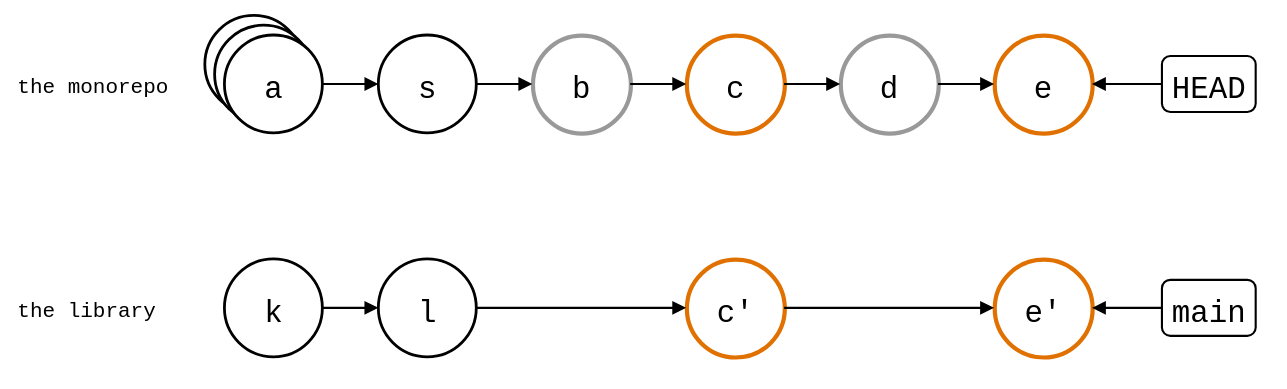
The draw.io diagram test/comparisons/git-subtree-splice.drawio.svg in roschaefer/git-splice, before a commit. Source tidied: cells renumbered, new cells last; positions are measured from the earlier drawing's top-left corner, leaving out a move shared by most shapes.
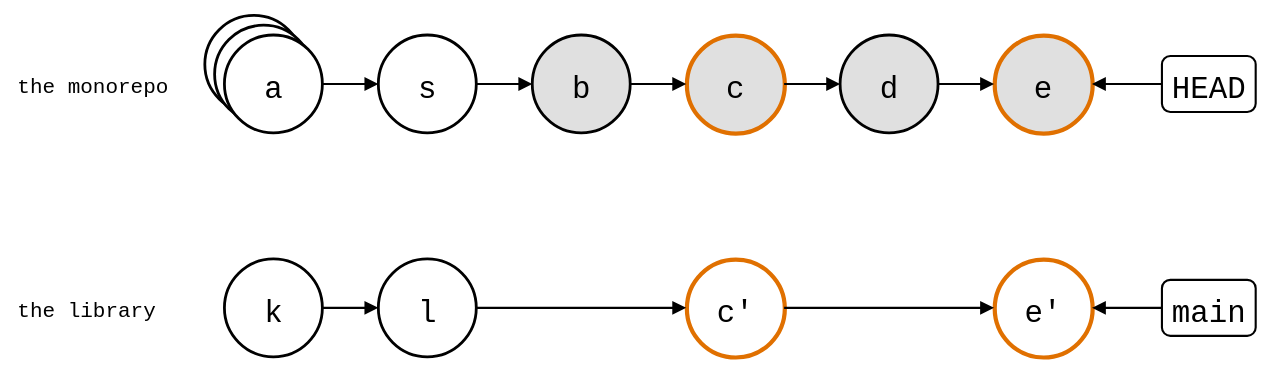
The same file after the commit.

What changed in the source:
```diff
@@ -20,16 +20,16 @@
     <mxCell id="7" value="s" style="ellipse;strokeWidth=2;fontSize=22;fontFamily=Roboto Mono,monospace;" parent="1" vertex="1">
       <mxGeometry x="260" y="14" width="70" height="70" as="geometry" />
     </mxCell>
-    <mxCell id="8" value="b" style="ellipse;fontSize=22;fontFamily=Roboto Mono,monospace;strokeColor=#999999;strokeWidth=3;" parent="1" vertex="1">
+    <mxCell id="8" value="b" style="ellipse;fontSize=22;fontFamily=Roboto Mono,monospace;strokeWidth=2;fillColor=#E0E0E0;" parent="1" vertex="1">
       <mxGeometry x="370" y="14" width="70" height="70" as="geometry" />
     </mxCell>
-    <mxCell id="9" value="c" style="ellipse;fontSize=22;fontFamily=Roboto Mono,monospace;strokeColor=#E07000;strokeWidth=3;" parent="1" vertex="1">
+    <mxCell id="9" value="c" style="ellipse;fontSize=22;fontFamily=Roboto Mono,monospace;fillColor=#E0E0E0;strokeColor=#E07000;strokeWidth=3;" parent="1" vertex="1">
       <mxGeometry x="480" y="14" width="70" height="70" as="geometry" />
     </mxCell>
-    <mxCell id="10" value="d" style="ellipse;fontSize=22;fontFamily=Roboto Mono,monospace;strokeColor=#999999;strokeWidth=3;" parent="1" vertex="1">
+    <mxCell id="10" value="d" style="ellipse;fontSize=22;fontFamily=Roboto Mono,monospace;strokeWidth=2;fillColor=#E0E0E0;" parent="1" vertex="1">
       <mxGeometry x="590" y="14" width="70" height="70" as="geometry" />
     </mxCell>
-    <mxCell id="11" value="e" style="ellipse;fontSize=22;fontFamily=Roboto Mono,monospace;strokeColor=#E07000;strokeWidth=3;" parent="1" vertex="1">
+    <mxCell id="11" value="e" style="ellipse;fontSize=22;fontFamily=Roboto Mono,monospace;fillColor=#E0E0E0;strokeColor=#E07000;strokeWidth=3;" parent="1" vertex="1">
       <mxGeometry x="700" y="14" width="70" height="70" as="geometry" />
     </mxCell>
     <mxCell id="12" value="k" style="ellipse;strokeWidth=2;fontSize=22;fontFamily=Roboto Mono,monospace;" parent="1" vertex="1">
```
